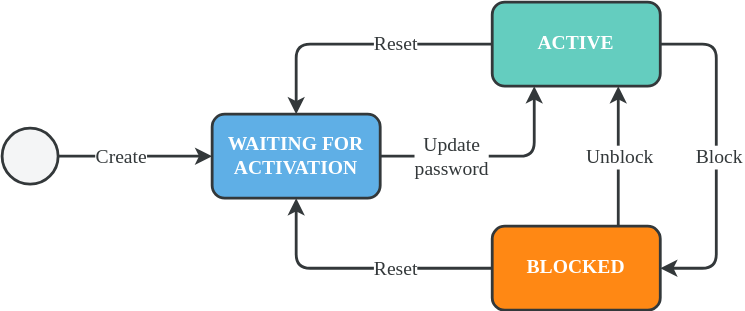
This is doc/modules/working_principles/assets/images/authentication_state_flow.svg from Blickfeld/blickfeld-qb2, a draw.io export, as it was before one commit. Source tidied: cells renumbered, new cells last; positions are measured from the earlier drawing's top-left corner, leaving out a move shared by most shapes. Its diagram source:
```xml
<mxGraphModel>
  <root>
    <mxCell id="0" />
    <mxCell id="1" parent="0" />
    <mxCell id="2" style="edgeStyle=orthogonalEdgeStyle;rounded=1;jettySize=auto;html=1;entryX=0.5;entryY=0;entryDx=0;entryDy=0;strokeColor=#33383A;strokeWidth=2;fontFamily=Montserrat;fontSize=14;fillColor=#F4F5F6;" parent="1" edge="1" source="6" target="9">
      <mxGeometry relative="1" as="geometry" />
    </mxCell>
    <mxCell id="3" value="Reset" style="edgeLabel;html=1;align=center;verticalAlign=middle;fontSize=14;fontFamily=Montserrat;fontColor=#33383A;spacingLeft=2;spacingRight=2;spacingTop=2;spacingBottom=2;" parent="2" vertex="1">
      <mxGeometry x="-0.04" y="-4" relative="1" as="geometry">
        <mxPoint x="21" y="4" as="offset" />
      </mxGeometry>
    </mxCell>
    <mxCell id="4" style="edgeStyle=orthogonalEdgeStyle;rounded=1;jettySize=auto;html=1;entryX=1;entryY=0.5;entryDx=0;entryDy=0;strokeColor=#33383A;strokeWidth=2;fontFamily=Montserrat;fontSize=14;fillColor=#F4F5F6;exitX=1;exitY=0.5;exitDx=0;exitDy=0;" parent="1" edge="1" source="6" target="14">
      <mxGeometry relative="1" as="geometry">
        <Array as="points">
          <mxPoint x="510" y="30" />
          <mxPoint x="510" y="190" />
        </Array>
      </mxGeometry>
    </mxCell>
    <mxCell id="5" value="Block" style="edgeLabel;html=1;align=center;verticalAlign=middle;fontSize=14;fontFamily=Montserrat;fontColor=#33383A;spacingLeft=2;spacingRight=2;spacingTop=2;spacingBottom=2;" parent="4" vertex="1">
      <mxGeometry x="-0.09" y="1" relative="1" as="geometry">
        <mxPoint y="11" as="offset" />
      </mxGeometry>
    </mxCell>
    <mxCell id="6" value="&lt;font style=&quot;font-size: 14px;&quot;&gt;&lt;b&gt;ACTIVE&lt;/b&gt;&lt;/font&gt;" style="rounded=1;whiteSpace=wrap;html=1;strokeColor=#33383A;strokeWidth=2;fontFamily=Montserrat;fontColor=#FFFFFF;fillColor=#64CDBF;" parent="1" vertex="1">
      <mxGeometry x="350" width="120" height="60" as="geometry" />
    </mxCell>
    <mxCell id="7" style="edgeStyle=orthogonalEdgeStyle;rounded=1;jettySize=auto;html=1;exitX=1;exitY=0.5;exitDx=0;exitDy=0;entryX=0.25;entryY=1;entryDx=0;entryDy=0;strokeColor=#33383A;strokeWidth=2;fontFamily=Montserrat;fontSize=14;fillColor=#F4F5F6;" parent="1" edge="1" source="9" target="6">
      <mxGeometry relative="1" as="geometry" />
    </mxCell>
    <mxCell id="8" value="Update&lt;br&gt;password" style="edgeLabel;html=1;align=center;verticalAlign=middle;fontSize=14;fontFamily=Montserrat;fontColor=#33383A;spacingLeft=2;spacingRight=2;spacingTop=2;spacingBottom=2;" parent="7" vertex="1">
      <mxGeometry x="-0.59" y="1" relative="1" as="geometry">
        <mxPoint x="17" y="1" as="offset" />
      </mxGeometry>
    </mxCell>
    <mxCell id="9" value="&lt;font style=&quot;font-size: 14px;&quot;&gt;&lt;b&gt;WAITING FOR ACTIVATION&lt;/b&gt;&lt;/font&gt;" style="rounded=1;whiteSpace=wrap;html=1;strokeColor=#33383A;strokeWidth=2;fontFamily=Montserrat;fontColor=#FFFFFF;fillColor=#5FAFE6;" parent="1" vertex="1">
      <mxGeometry x="150" y="80" width="120" height="60" as="geometry" />
    </mxCell>
    <mxCell id="10" style="edgeStyle=orthogonalEdgeStyle;rounded=1;jettySize=auto;html=1;exitX=0;exitY=0.5;exitDx=0;exitDy=0;entryX=0.5;entryY=1;entryDx=0;entryDy=0;strokeColor=#33383A;strokeWidth=2;fontFamily=Montserrat;fontSize=14;fillColor=#F4F5F6;" parent="1" edge="1" source="14" target="9">
      <mxGeometry relative="1" as="geometry" />
    </mxCell>
    <mxCell id="11" value="Reset" style="edgeLabel;html=1;align=center;verticalAlign=middle;fontSize=14;fontFamily=Montserrat;fontColor=#33383A;spacingLeft=2;spacingRight=2;spacingTop=2;spacingBottom=2;" parent="10" vertex="1">
      <mxGeometry x="-0.06" y="-4" relative="1" as="geometry">
        <mxPoint x="19" y="4" as="offset" />
      </mxGeometry>
    </mxCell>
    <mxCell id="12" style="edgeStyle=orthogonalEdgeStyle;rounded=1;jettySize=auto;html=1;exitX=0.75;exitY=0;exitDx=0;exitDy=0;entryX=0.75;entryY=1;entryDx=0;entryDy=0;strokeColor=#33383A;strokeWidth=2;fontFamily=Montserrat;fontSize=14;fillColor=#F4F5F6;" parent="1" edge="1" source="14" target="6">
      <mxGeometry relative="1" as="geometry" />
    </mxCell>
    <mxCell id="13" value="Unblock" style="edgeLabel;html=1;align=center;verticalAlign=middle;fontSize=14;fontFamily=Montserrat;fontColor=#33383A;spacingLeft=2;spacingRight=2;spacingTop=2;spacingBottom=2;" parent="12" vertex="1">
      <mxGeometry x="-0.24" y="-4" relative="1" as="geometry">
        <mxPoint x="-4" y="-12" as="offset" />
      </mxGeometry>
    </mxCell>
    <mxCell id="14" value="&lt;font style=&quot;font-size: 14px;&quot;&gt;&lt;b&gt;BLOCKED&lt;/b&gt;&lt;/font&gt;" style="rounded=1;whiteSpace=wrap;html=1;strokeColor=#33383A;strokeWidth=2;fontFamily=Montserrat;fontColor=#FFFFFF;fillColor=#FF8814;" parent="1" vertex="1">
      <mxGeometry x="350" y="160" width="120" height="60" as="geometry" />
    </mxCell>
    <mxCell id="15" style="edgeStyle=orthogonalEdgeStyle;rounded=1;jettySize=auto;html=1;entryX=0;entryY=0.5;entryDx=0;entryDy=0;strokeColor=#33383A;strokeWidth=2;fontFamily=Montserrat;fontSize=14;fillColor=#F4F5F6;exitX=1;exitY=0.5;exitDx=0;exitDy=0;" parent="1" edge="1" source="17" target="9">
      <mxGeometry relative="1" as="geometry">
        <Array as="points">
          <mxPoint x="30" y="110" />
        </Array>
      </mxGeometry>
    </mxCell>
    <mxCell id="16" value="Create" style="edgeLabel;html=1;align=center;verticalAlign=middle;fontSize=14;fontFamily=Montserrat;fontColor=#33383A;spacingLeft=2;spacingRight=2;spacingTop=2;spacingBottom=2;" parent="15" vertex="1">
      <mxGeometry x="-0.2" y="-2" relative="1" as="geometry">
        <mxPoint x="12" y="-2" as="offset" />
      </mxGeometry>
    </mxCell>
    <mxCell id="17" style="ellipse;whiteSpace=wrap;html=1;strokeColor=#33383A;strokeWidth=2;fontFamily=Montserrat;fontSize=14;fontColor=#33383A;fillColor=#F4F5F6;" parent="1" vertex="1">
      <mxGeometry y="90" width="40" height="40" as="geometry" />
    </mxCell>
  </root>
</mxGraphModel>
```
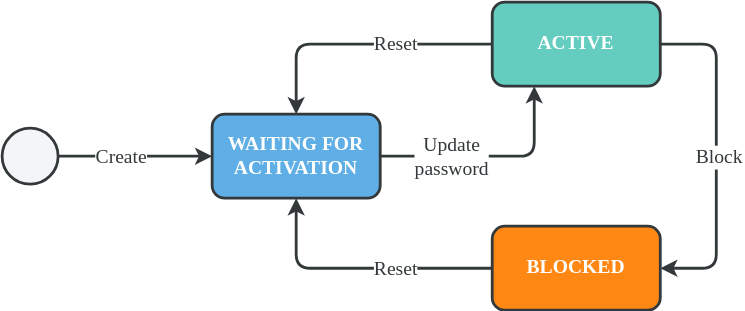
The same file after the commit.

What changed in the source:
```diff
@@ -45,14 +45,6 @@
         <mxPoint x="19" y="4" as="offset" />
       </mxGeometry>
     </mxCell>
-    <mxCell id="12" style="edgeStyle=orthogonalEdgeStyle;rounded=1;jettySize=auto;html=1;exitX=0.75;exitY=0;exitDx=0;exitDy=0;entryX=0.75;entryY=1;entryDx=0;entryDy=0;strokeColor=#33383A;strokeWidth=2;fontFamily=Montserrat;fontSize=14;fillColor=#F4F5F6;" parent="1" edge="1" source="14" target="6">
-      <mxGeometry relative="1" as="geometry" />
-    </mxCell>
-    <mxCell id="13" value="Unblock" style="edgeLabel;html=1;align=center;verticalAlign=middle;fontSize=14;fontFamily=Montserrat;fontColor=#33383A;spacingLeft=2;spacingRight=2;spacingTop=2;spacingBottom=2;" parent="12" vertex="1">
-      <mxGeometry x="-0.24" y="-4" relative="1" as="geometry">
-        <mxPoint x="-4" y="-12" as="offset" />
-      </mxGeometry>
-    </mxCell>
     <mxCell id="14" value="&lt;font style=&quot;font-size: 14px;&quot;&gt;&lt;b&gt;BLOCKED&lt;/b&gt;&lt;/font&gt;" style="rounded=1;whiteSpace=wrap;html=1;strokeColor=#33383A;strokeWidth=2;fontFamily=Montserrat;fontColor=#FFFFFF;fillColor=#FF8814;" parent="1" vertex="1">
       <mxGeometry x="350" y="160" width="120" height="60" as="geometry" />
     </mxCell>
```
